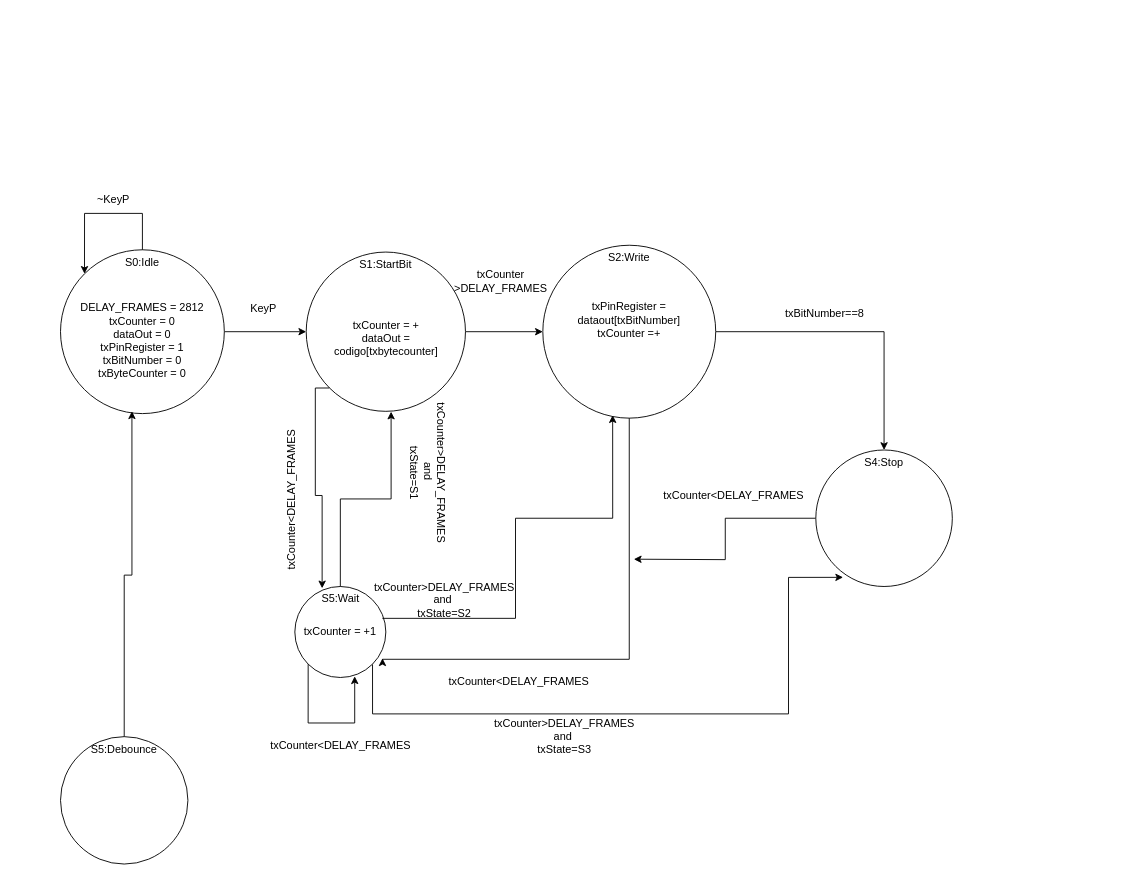
The draw.io diagram Laboratorio_2/Ejercicio_2/Documentacion/uart.drawio in ZAYUSUS/Taller-Digitales-, before the edit. Source tidied: cells renumbered, new cells numbered last; positions are measured from the earlier drawing's top-left corner, leaving out a move shared by most shapes. Both pictures are drawn from the tidied source at 91%, with x=0, y=0 at pixel (60, 186).
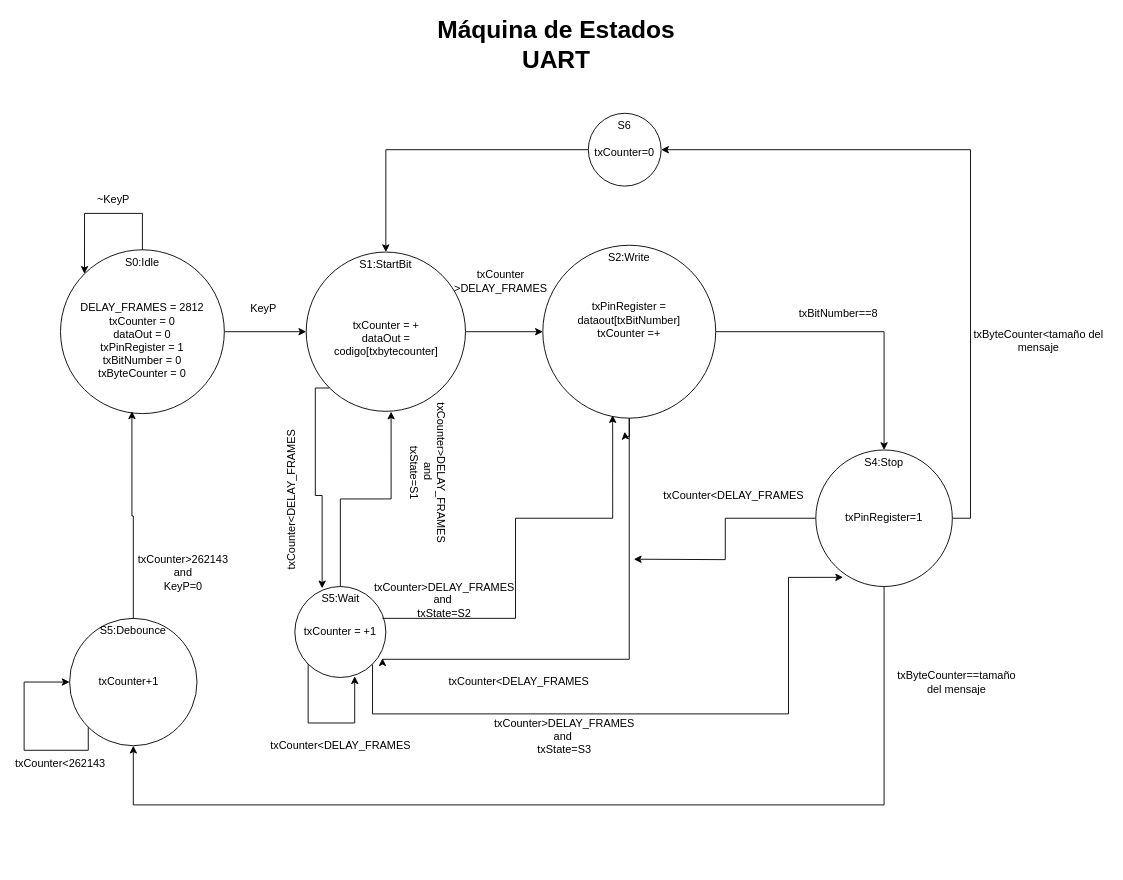
The same page after the edit.

Unchanged cells that the change refers to:
```xml
<mxCell id="5" value="S1:StartBit" style="ellipse;whiteSpace=wrap;html=1;verticalAlign=top;" parent="1" vertex="1">
  <mxGeometry x="270" y="72.5" width="175" height="175" as="geometry" />
</mxCell>
<mxCell id="7" value="S2:Write" style="ellipse;whiteSpace=wrap;html=1;verticalAlign=top;" parent="1" vertex="1">
  <mxGeometry x="530" y="65" width="190" height="190" as="geometry" />
</mxCell>
<mxCell id="9" value="S4:Stop" style="ellipse;whiteSpace=wrap;html=1;verticalAlign=top;" parent="1" vertex="1">
  <mxGeometry x="830" y="290" width="150" height="150" as="geometry" />
</mxCell>
```

Diff of the diagram source:
```diff
@@
+    <mxCell id="35" style="edgeStyle=orthogonalEdgeStyle;rounded=0;jettySize=auto;html=1;" parent="1" edge="1" source="7">
+      <mxGeometry relative="1" as="geometry">
+        <mxPoint x="620" y="270" as="targetPoint" />
+      </mxGeometry>
+    </mxCell>
@@
+    <mxCell id="36" style="edgeStyle=orthogonalEdgeStyle;rounded=0;jettySize=auto;html=1;entryX=0.5;entryY=1;entryDx=0;entryDy=0;" parent="1" edge="1" source="9" target="10">
+      <mxGeometry relative="1" as="geometry">
+        <Array as="points">
+          <mxPoint x="905" y="680" />
+          <mxPoint x="80" y="680" />
+        </Array>
+      </mxGeometry>
+    </mxCell>
+    <mxCell id="37" style="edgeStyle=orthogonalEdgeStyle;rounded=0;jettySize=auto;html=1;entryX=1;entryY=0.5;entryDx=0;entryDy=0;" parent="1" edge="1" source="9" target="43">
+      <mxGeometry relative="1" as="geometry">
+        <Array as="points">
+          <mxPoint x="1000" y="365" />
+          <mxPoint x="1000" y="-40" />
+        </Array>
+      </mxGeometry>
+    </mxCell>
@@
+    <mxCell id="38" style="edgeStyle=orthogonalEdgeStyle;rounded=0;orthogonalLoop=1;jettySize=auto;html=1;exitX=0;exitY=1;exitDx=0;exitDy=0;entryX=0;entryY=0.5;entryDx=0;entryDy=0;" parent="1" edge="1" source="10" target="10">
+      <mxGeometry relative="1" as="geometry">
+        <Array as="points">
+          <mxPoint x="30" y="620" />
+          <mxPoint x="-40" y="620" />
+          <mxPoint x="-40" y="545" />
+        </Array>
+      </mxGeometry>
+    </mxCell>
     <mxCell id="10" value="S5:Debounce" style="ellipse;whiteSpace=wrap;html=1;verticalAlign=top;" parent="1" vertex="1">
-      <mxGeometry y="605" width="140" height="140" as="geometry" />
+      <mxGeometry x="10" y="475" width="140" height="140" as="geometry" />
     </mxCell>
@@
     <mxCell id="33" value="txBitNumber==8" style="text;html=1;align=center;verticalAlign=middle;whiteSpace=wrap;rounded=0;" parent="1" vertex="1">
-      <mxGeometry x="810" y="125" width="60" height="30" as="geometry" />
+      <mxGeometry x="810" y="125" width="90" height="30" as="geometry" />
     </mxCell>
@@
+    <mxCell id="39" value="txByteCounter==tamaño del mensaje" style="text;html=1;align=center;verticalAlign=middle;whiteSpace=wrap;rounded=0;" parent="1" vertex="1">
+      <mxGeometry x="910" y="530" width="150" height="30" as="geometry" />
+    </mxCell>
+    <mxCell id="40" value="txByteCounter&amp;lt;tamaño del mensaje" style="text;html=1;align=center;verticalAlign=middle;whiteSpace=wrap;rounded=0;" parent="1" vertex="1">
+      <mxGeometry x="1000" y="155" width="150" height="30" as="geometry" />
+    </mxCell>
+    <mxCell id="41" value="txPinRegister=1" style="text;html=1;align=center;verticalAlign=middle;whiteSpace=wrap;rounded=0;" parent="1" vertex="1">
+      <mxGeometry x="875" y="350" width="60" height="30" as="geometry" />
+    </mxCell>
+    <mxCell id="42" style="edgeStyle=orthogonalEdgeStyle;rounded=0;jettySize=auto;html=1;" parent="1" edge="1" source="43" target="5">
+      <mxGeometry relative="1" as="geometry" />
+    </mxCell>
+    <mxCell id="43" value="S6&lt;div&gt;&lt;br&gt;&lt;/div&gt;&lt;div&gt;txCounter=0&lt;/div&gt;" style="ellipse;whiteSpace=wrap;html=1;verticalAlign=top;" parent="1" vertex="1">
+      <mxGeometry x="580" y="-80" width="80" height="80" as="geometry" />
+    </mxCell>
+    <mxCell id="44" value="txCounter+1" style="text;html=1;align=center;verticalAlign=middle;whiteSpace=wrap;rounded=0;" parent="1" vertex="1">
+      <mxGeometry x="45" y="530" width="60" height="30" as="geometry" />
+    </mxCell>
+    <mxCell id="45" value="txCounter&amp;lt;262143" style="text;html=1;align=center;verticalAlign=middle;whiteSpace=wrap;rounded=0;" parent="1" vertex="1">
+      <mxGeometry x="-30" y="620" width="60" height="30" as="geometry" />
+    </mxCell>
+    <mxCell id="46" value="txCounter&amp;gt;262143&lt;div&gt;and&lt;/div&gt;&lt;div&gt;KeyP=0&lt;/div&gt;" style="text;html=1;align=center;verticalAlign=middle;whiteSpace=wrap;rounded=0;" parent="1" vertex="1">
+      <mxGeometry x="105" y="410" width="60" height="30" as="geometry" />
+    </mxCell>
+    <mxCell id="47" value="Máquina de Estados UART" style="text;html=1;align=center;verticalAlign=middle;whiteSpace=wrap;rounded=0;fontSize=27;fontStyle=1;" parent="1" vertex="1">
+      <mxGeometry x="400" y="-170" width="290" height="30" as="geometry" />
+    </mxCell>
```
